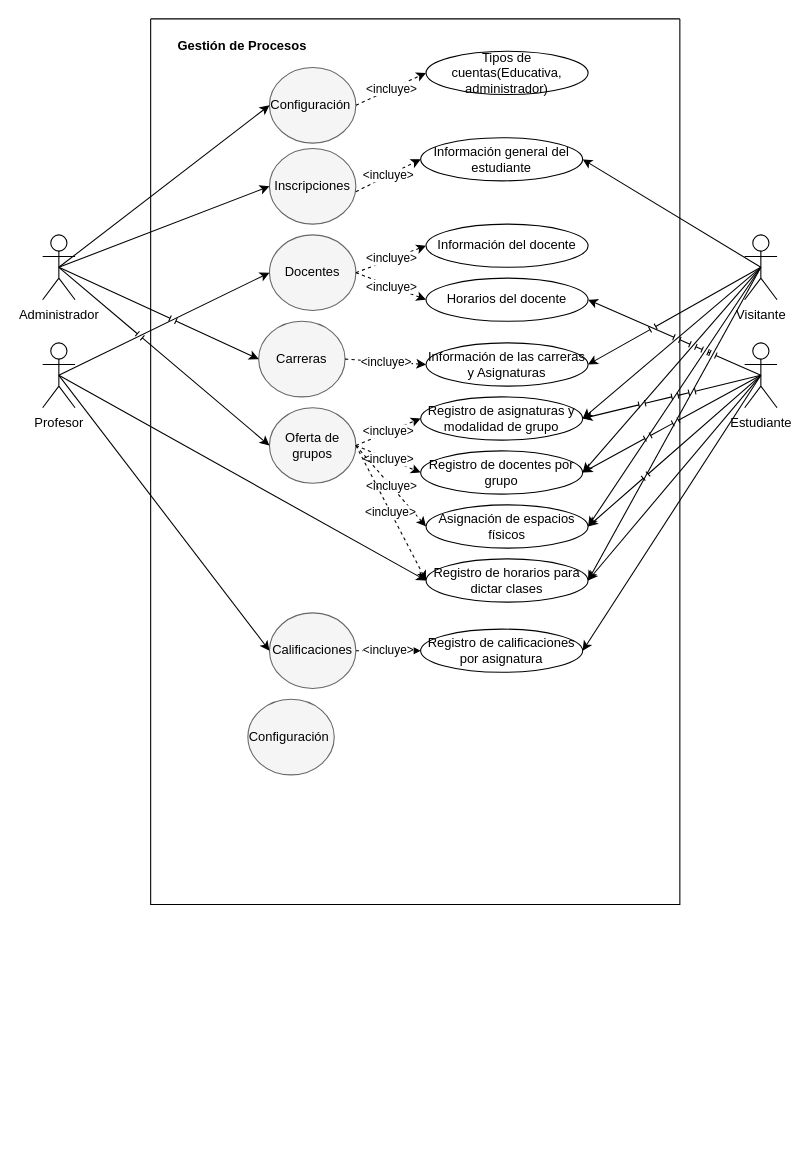
Before: Diagrama sin título.drawio in ElJoesPro/consulta_json, a draw.io diagram. Source tidied: cells renumbered, new cells numbered last; positions are measured from the earlier drawing's top-left corner, leaving out a move shared by most shapes. Both pictures are drawn from the tidied source at 108%, with x=0, y=0 at pixel (42, 18).
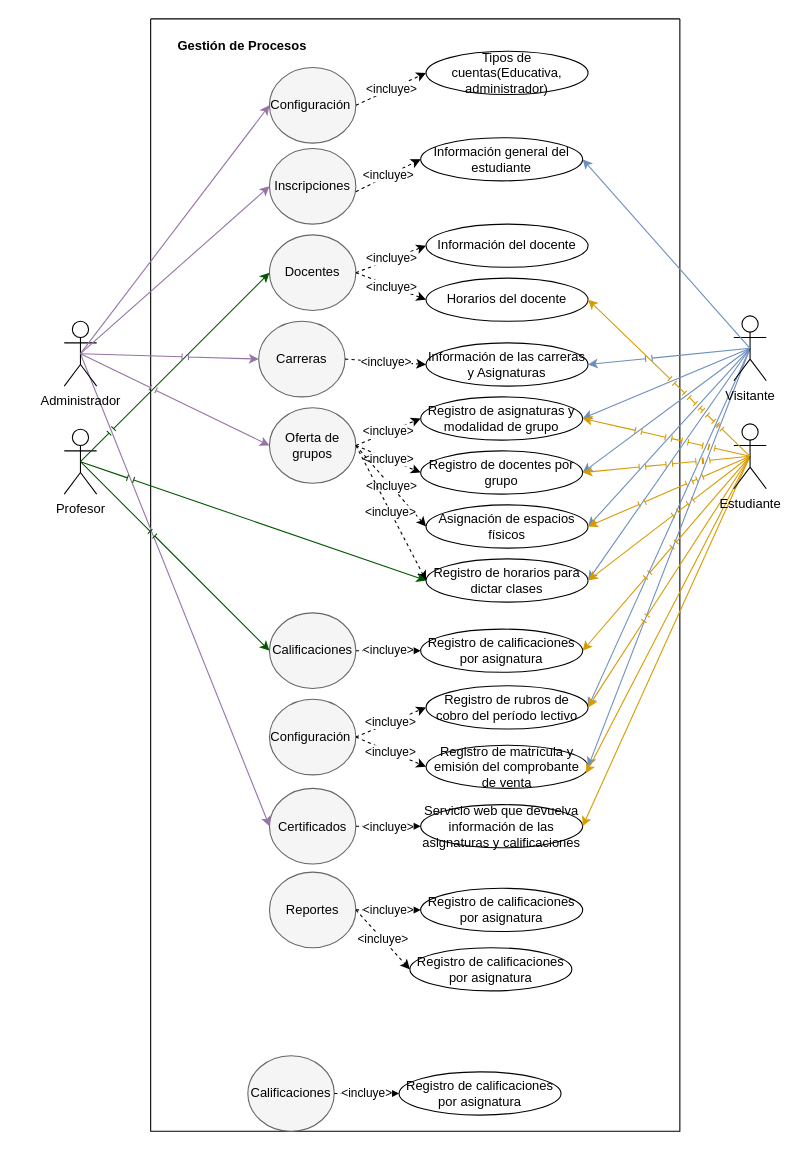
Above is the later version.

Unchanged cells that the change refers to:
```xml
<mxCell id="3" style="ellipse;whiteSpace=wrap;html=1;fillColor=#f5f5f5;fontColor=#333333;strokeColor=#666666;" parent="2" vertex="1">
  <mxGeometry x="110" y="45" width="80" height="70" as="geometry" />
</mxCell>
<mxCell id="7" style="ellipse;whiteSpace=wrap;html=1;fillColor=#f5f5f5;fontColor=#333333;strokeColor=#666666;" parent="2" vertex="1">
  <mxGeometry x="110" y="120" width="80" height="70" as="geometry" />
</mxCell>
<mxCell id="9" style="ellipse;whiteSpace=wrap;html=1;fillColor=#f5f5f5;fontColor=#333333;strokeColor=#666666;" parent="2" vertex="1">
  <mxGeometry x="100" y="280" width="80" height="70" as="geometry" />
</mxCell>
<mxCell id="11" style="ellipse;whiteSpace=wrap;html=1;fillColor=#f5f5f5;fontColor=#333333;strokeColor=#666666;" parent="2" vertex="1">
  <mxGeometry x="110" y="200" width="80" height="70" as="geometry" />
</mxCell>
<mxCell id="13" value="Información general del estudiante" style="ellipse;whiteSpace=wrap;html=1;" parent="2" vertex="1">
  <mxGeometry x="250" y="110" width="150" height="40" as="geometry" />
</mxCell>
<mxCell id="17" value="Horarios del docente" style="ellipse;whiteSpace=wrap;html=1;" parent="2" vertex="1">
  <mxGeometry x="255" y="240" width="150" height="40" as="geometry" />
</mxCell>
<mxCell id="19" value="Información de las carreras&lt;br&gt;y Asignaturas" style="ellipse;whiteSpace=wrap;html=1;" parent="2" vertex="1">
  <mxGeometry x="255" y="300" width="150" height="40" as="geometry" />
</mxCell>
<mxCell id="21" style="ellipse;whiteSpace=wrap;html=1;fillColor=#f5f5f5;fontColor=#333333;strokeColor=#666666;" parent="2" vertex="1">
  <mxGeometry x="110" y="360" width="80" height="70" as="geometry" />
</mxCell>
<mxCell id="23" value="Registro de asignaturas y modalidad de grupo" style="ellipse;whiteSpace=wrap;html=1;" parent="2" vertex="1">
  <mxGeometry x="250" y="350" width="150" height="40" as="geometry" />
</mxCell>
<mxCell id="25" value="Registro de docentes por grupo" style="ellipse;whiteSpace=wrap;html=1;" parent="2" vertex="1">
  <mxGeometry x="250" y="400" width="150" height="40" as="geometry" />
</mxCell>
<mxCell id="27" value="Asignación de espacios físicos" style="ellipse;whiteSpace=wrap;html=1;" parent="2" vertex="1">
  <mxGeometry x="255" y="450" width="150" height="40" as="geometry" />
</mxCell>
<mxCell id="29" value="Registro de horarios para dictar clases" style="ellipse;whiteSpace=wrap;html=1;" parent="2" vertex="1">
  <mxGeometry x="255" y="500" width="150" height="40" as="geometry" />
</mxCell>
<mxCell id="34" style="ellipse;whiteSpace=wrap;html=1;fillColor=#f5f5f5;fontColor=#333333;strokeColor=#666666;" parent="2" vertex="1">
  <mxGeometry x="110" y="550" width="80" height="70" as="geometry" />
</mxCell>
<mxCell id="36" value="Registro de calificaciones por asignatura" style="ellipse;whiteSpace=wrap;html=1;" parent="2" vertex="1">
  <mxGeometry x="250" y="565" width="150" height="40" as="geometry" />
</mxCell>
```

Change to the diagram source:
```diff
@@
     <mxCell id="2" style="swimlane;startSize=0;" parent="1" vertex="1">
-      <mxGeometry x="100" width="490" height="820" as="geometry" />
+      <mxGeometry x="100" width="490" height="1030" as="geometry" />
     </mxCell>
@@
     <mxCell id="32" style="ellipse;whiteSpace=wrap;html=1;fillColor=#f5f5f5;fontColor=#333333;strokeColor=#666666;" parent="2" vertex="1">
-      <mxGeometry x="90" y="630" width="80" height="70" as="geometry" />
+      <mxGeometry x="110" y="630" width="80" height="70" as="geometry" />
     </mxCell>
     <mxCell id="33" value="Configuración&amp;nbsp;" style="text;html=1;strokeColor=none;fillColor=none;align=center;verticalAlign=middle;whiteSpace=wrap;rounded=0;" parent="2" vertex="1">
-      <mxGeometry x="100" y="650" width="60" height="30" as="geometry" />
+      <mxGeometry x="120" y="650" width="60" height="30" as="geometry" />
     </mxCell>
@@
+    <mxCell id="61" value="Registro de rubros de cobro del período lectivo" style="ellipse;whiteSpace=wrap;html=1;" parent="2" vertex="1">
+      <mxGeometry x="255" y="617.5" width="150" height="40" as="geometry" />
+    </mxCell>
+    <mxCell id="62" value="&amp;lt;incluye&amp;gt;" style="endArrow=classic;html=1;rounded=0;jumpStyle=line;horizontal=1;dashed=1;exitX=1;exitY=0.5;exitDx=0;exitDy=0;entryX=0;entryY=0.5;entryDx=0;entryDy=0;" parent="2" edge="1" source="32" target="61">
+      <mxGeometry relative="1" as="geometry" />
+    </mxCell>
+    <mxCell id="63" value="Registro de matrícula y emisión del comprobante de venta" style="ellipse;whiteSpace=wrap;html=1;" parent="2" vertex="1">
+      <mxGeometry x="255" y="672.5" width="150" height="40" as="geometry" />
+    </mxCell>
+    <mxCell id="64" value="&amp;lt;incluye&amp;gt;" style="endArrow=classic;html=1;rounded=0;jumpStyle=line;horizontal=1;dashed=1;exitX=1;exitY=0.5;exitDx=0;exitDy=0;entryX=0;entryY=0.5;entryDx=0;entryDy=0;" parent="2" edge="1" source="32" target="63">
+      <mxGeometry relative="1" as="geometry" />
+    </mxCell>
+    <mxCell id="65" style="ellipse;whiteSpace=wrap;html=1;fillColor=#f5f5f5;fontColor=#333333;strokeColor=#666666;" parent="2" vertex="1">
+      <mxGeometry x="110" y="712.5" width="80" height="70" as="geometry" />
+    </mxCell>
+    <mxCell id="66" value="Certificados" style="text;html=1;strokeColor=none;fillColor=none;align=center;verticalAlign=middle;whiteSpace=wrap;rounded=0;" parent="2" vertex="1">
+      <mxGeometry x="120" y="732.5" width="60" height="30" as="geometry" />
+    </mxCell>
+    <mxCell id="67" value="Servicio web que devuelva información de las asignaturas y calificaciones" style="ellipse;whiteSpace=wrap;html=1;" parent="2" vertex="1">
+      <mxGeometry x="250" y="727.5" width="150" height="40" as="geometry" />
+    </mxCell>
+    <mxCell id="68" value="&amp;lt;incluye&amp;gt;" style="endArrow=classic;html=1;rounded=0;jumpStyle=line;horizontal=1;dashed=1;exitX=1;exitY=0.5;exitDx=0;exitDy=0;entryX=0;entryY=0.5;entryDx=0;entryDy=0;" parent="2" edge="1" source="65" target="67">
+      <mxGeometry relative="1" as="geometry" />
+    </mxCell>
+    <mxCell id="69" style="ellipse;whiteSpace=wrap;html=1;fillColor=#f5f5f5;fontColor=#333333;strokeColor=#666666;" parent="2" vertex="1">
+      <mxGeometry x="110" y="790" width="80" height="70" as="geometry" />
+    </mxCell>
+    <mxCell id="70" value="Reportes" style="text;html=1;strokeColor=none;fillColor=none;align=center;verticalAlign=middle;whiteSpace=wrap;rounded=0;" parent="2" vertex="1">
+      <mxGeometry x="120" y="810" width="60" height="30" as="geometry" />
+    </mxCell>
+    <mxCell id="71" value="Registro de calificaciones por asignatura" style="ellipse;whiteSpace=wrap;html=1;" parent="2" vertex="1">
+      <mxGeometry x="250" y="805" width="150" height="40" as="geometry" />
+    </mxCell>
+    <mxCell id="72" value="&amp;lt;incluye&amp;gt;" style="endArrow=classic;html=1;rounded=0;jumpStyle=line;horizontal=1;dashed=1;exitX=1;exitY=0.5;exitDx=0;exitDy=0;entryX=0;entryY=0.5;entryDx=0;entryDy=0;" parent="2" edge="1" source="69" target="71">
+      <mxGeometry relative="1" as="geometry" />
+    </mxCell>
+    <mxCell id="73" style="ellipse;whiteSpace=wrap;html=1;fillColor=#f5f5f5;fontColor=#333333;strokeColor=#666666;" parent="2" vertex="1">
+      <mxGeometry x="90" y="960" width="80" height="70" as="geometry" />
+    </mxCell>
+    <mxCell id="74" value="Calificaciones" style="text;html=1;strokeColor=none;fillColor=none;align=center;verticalAlign=middle;whiteSpace=wrap;rounded=0;" parent="2" vertex="1">
+      <mxGeometry x="100" y="980" width="60" height="30" as="geometry" />
+    </mxCell>
+    <mxCell id="75" value="Registro de calificaciones por asignatura" style="ellipse;whiteSpace=wrap;html=1;" parent="2" vertex="1">
+      <mxGeometry x="230" y="975" width="150" height="40" as="geometry" />
+    </mxCell>
+    <mxCell id="76" value="&amp;lt;incluye&amp;gt;" style="endArrow=classic;html=1;rounded=0;jumpStyle=line;horizontal=1;dashed=1;exitX=1;exitY=0.5;exitDx=0;exitDy=0;entryX=0;entryY=0.5;entryDx=0;entryDy=0;" parent="2" edge="1" source="73" target="75">
+      <mxGeometry relative="1" as="geometry" />
+    </mxCell>
+    <mxCell id="77" value="Registro de calificaciones por asignatura" style="ellipse;whiteSpace=wrap;html=1;" parent="2" vertex="1">
+      <mxGeometry x="240" y="860" width="150" height="40" as="geometry" />
+    </mxCell>
+    <mxCell id="78" value="&amp;lt;incluye&amp;gt;" style="endArrow=classic;html=1;rounded=0;jumpStyle=line;horizontal=1;dashed=1;exitX=1;exitY=0.5;exitDx=0;exitDy=0;entryX=0;entryY=0.5;entryDx=0;entryDy=0;" parent="2" edge="1" source="69" target="77">
+      <mxGeometry relative="1" as="geometry" />
+    </mxCell>
+    <mxCell id="79" style="edgeStyle=none;rounded=0;jumpStyle=line;jettySize=auto;html=1;exitX=0.5;exitY=0.5;exitDx=0;exitDy=0;exitPerimeter=0;entryX=0;entryY=0.5;entryDx=0;entryDy=0;fillColor=#e1d5e7;strokeColor=#9673a6;" parent="1" edge="1" source="38" target="65">
+      <mxGeometry relative="1" as="geometry" />
+    </mxCell>
     <mxCell id="38" value="Administrador" style="shape=umlActor;verticalLabelPosition=bottom;verticalAlign=top;html=1;outlineConnect=0;" parent="1" vertex="1">
-      <mxGeometry y="200" width="30" height="60" as="geometry" />
+      <mxGeometry x="20" y="280" width="30" height="60" as="geometry" />
     </mxCell>
-    <mxCell id="39" style="edgeStyle=none;rounded=0;jumpStyle=line;jettySize=auto;html=1;exitX=0.5;exitY=0.5;exitDx=0;exitDy=0;exitPerimeter=0;entryX=0;entryY=0.5;entryDx=0;entryDy=0;" parent="1" edge="1" source="41" target="29">
+    <mxCell id="39" style="edgeStyle=none;rounded=0;jumpStyle=line;jettySize=auto;html=1;exitX=0.5;exitY=0.5;exitDx=0;exitDy=0;exitPerimeter=0;entryX=0;entryY=0.5;entryDx=0;entryDy=0;fillColor=#008a00;strokeColor=#005700;" parent="1" edge="1" source="41" target="29">
       <mxGeometry relative="1" as="geometry" />
     </mxCell>
-    <mxCell id="40" style="edgeStyle=none;rounded=0;jumpStyle=line;jettySize=auto;html=1;exitX=0.5;exitY=0.5;exitDx=0;exitDy=0;exitPerimeter=0;entryX=0;entryY=0.5;entryDx=0;entryDy=0;" parent="1" edge="1" source="41" target="34">
+    <mxCell id="40" style="edgeStyle=none;rounded=0;jumpStyle=line;jettySize=auto;html=1;exitX=0.5;exitY=0.5;exitDx=0;exitDy=0;exitPerimeter=0;entryX=0;entryY=0.5;entryDx=0;entryDy=0;fillColor=#008a00;strokeColor=#005700;" parent="1" edge="1" source="41" target="34">
       <mxGeometry relative="1" as="geometry" />
     </mxCell>
     <mxCell id="41" value="Profesor" style="shape=umlActor;verticalLabelPosition=bottom;verticalAlign=top;html=1;outlineConnect=0;" parent="1" vertex="1">
-      <mxGeometry y="300" width="30" height="60" as="geometry" />
+      <mxGeometry x="20" y="380" width="30" height="60" as="geometry" />
     </mxCell>
-    <mxCell id="42" style="edgeStyle=none;rounded=0;jumpStyle=line;jettySize=auto;html=1;exitX=0.5;exitY=0.5;exitDx=0;exitDy=0;exitPerimeter=0;entryX=1;entryY=0.5;entryDx=0;entryDy=0;" parent="1" edge="1" source="46" target="23">
+    <mxCell id="42" style="edgeStyle=none;rounded=0;jumpStyle=line;jettySize=auto;html=1;exitX=0.5;exitY=0.5;exitDx=0;exitDy=0;exitPerimeter=0;entryX=1;entryY=0.5;entryDx=0;entryDy=0;fillColor=#dae8fc;strokeColor=#6c8ebf;" parent="1" edge="1" source="46" target="23">
       <mxGeometry relative="1" as="geometry" />
     </mxCell>
-    <mxCell id="43" style="edgeStyle=none;rounded=0;jumpStyle=line;jettySize=auto;html=1;exitX=0.5;exitY=0.5;exitDx=0;exitDy=0;exitPerimeter=0;entryX=1;entryY=0.5;entryDx=0;entryDy=0;" parent="1" edge="1" source="46" target="25">
+    <mxCell id="43" style="edgeStyle=none;rounded=0;jumpStyle=line;jettySize=auto;html=1;exitX=0.5;exitY=0.5;exitDx=0;exitDy=0;exitPerimeter=0;entryX=1;entryY=0.5;entryDx=0;entryDy=0;fillColor=#dae8fc;strokeColor=#6c8ebf;" parent="1" edge="1" source="46" target="25">
       <mxGeometry relative="1" as="geometry" />
     </mxCell>
-    <mxCell id="44" style="edgeStyle=none;rounded=0;jumpStyle=line;jettySize=auto;html=1;exitX=0.5;exitY=0.5;exitDx=0;exitDy=0;exitPerimeter=0;entryX=1;entryY=0.5;entryDx=0;entryDy=0;" parent="1" edge="1" source="46" target="27">
+    <mxCell id="44" style="edgeStyle=none;rounded=0;jumpStyle=line;jettySize=auto;html=1;exitX=0.5;exitY=0.5;exitDx=0;exitDy=0;exitPerimeter=0;entryX=1;entryY=0.5;entryDx=0;entryDy=0;fillColor=#dae8fc;strokeColor=#6c8ebf;" parent="1" edge="1" source="46" target="27">
       <mxGeometry relative="1" as="geometry" />
     </mxCell>
-    <mxCell id="45" style="edgeStyle=none;rounded=0;jumpStyle=line;jettySize=auto;html=1;exitX=0.5;exitY=0.5;exitDx=0;exitDy=0;exitPerimeter=0;entryX=1;entryY=0.5;entryDx=0;entryDy=0;" parent="1" edge="1" source="46" target="29">
+    <mxCell id="45" style="edgeStyle=none;rounded=0;jumpStyle=line;jettySize=auto;html=1;exitX=0.5;exitY=0.5;exitDx=0;exitDy=0;exitPerimeter=0;entryX=1;entryY=0.5;entryDx=0;entryDy=0;fillColor=#dae8fc;strokeColor=#6c8ebf;" parent="1" edge="1" source="46" target="29">
       <mxGeometry relative="1" as="geometry" />
     </mxCell>
+    <mxCell id="80" style="edgeStyle=none;rounded=0;jumpStyle=line;jettySize=auto;html=1;exitX=0.5;exitY=0.5;exitDx=0;exitDy=0;exitPerimeter=0;entryX=1;entryY=0.5;entryDx=0;entryDy=0;fillColor=#dae8fc;strokeColor=#6c8ebf;" parent="1" edge="1" source="46" target="61">
+      <mxGeometry relative="1" as="geometry" />
+    </mxCell>
+    <mxCell id="81" style="edgeStyle=none;rounded=0;jumpStyle=line;jettySize=auto;html=1;exitX=0.5;exitY=0.5;exitDx=0;exitDy=0;exitPerimeter=0;entryX=1;entryY=0.5;entryDx=0;entryDy=0;fillColor=#dae8fc;strokeColor=#6c8ebf;" parent="1" edge="1" source="46" target="63">
+      <mxGeometry relative="1" as="geometry" />
+    </mxCell>
     <mxCell id="46" value="Visitante" style="shape=umlActor;verticalLabelPosition=bottom;verticalAlign=top;html=1;outlineConnect=0;" parent="1" vertex="1">
-      <mxGeometry x="650" y="200" width="30" height="60" as="geometry" />
+      <mxGeometry x="640" y="275" width="30" height="60" as="geometry" />
     </mxCell>
-    <mxCell id="47" style="rounded=0;jumpStyle=line;jettySize=auto;html=1;exitX=0.5;exitY=0.5;exitDx=0;exitDy=0;exitPerimeter=0;entryX=1;entryY=0.5;entryDx=0;entryDy=0;" parent="1" edge="1" source="52" target="23">
+    <mxCell id="47" style="rounded=0;jumpStyle=line;jettySize=auto;html=1;exitX=0.5;exitY=0.5;exitDx=0;exitDy=0;exitPerimeter=0;entryX=1;entryY=0.5;entryDx=0;entryDy=0;fillColor=#ffe6cc;strokeColor=#d79b00;" parent="1" edge="1" source="52" target="23">
       <mxGeometry relative="1" as="geometry" />
     </mxCell>
-    <mxCell id="48" style="edgeStyle=none;rounded=0;jumpStyle=line;jettySize=auto;html=1;exitX=0.5;exitY=0.5;exitDx=0;exitDy=0;exitPerimeter=0;entryX=1;entryY=0.5;entryDx=0;entryDy=0;" parent="1" edge="1" source="52" target="25">
+    <mxCell id="48" style="edgeStyle=none;rounded=0;jumpStyle=line;jettySize=auto;html=1;exitX=0.5;exitY=0.5;exitDx=0;exitDy=0;exitPerimeter=0;entryX=1;entryY=0.5;entryDx=0;entryDy=0;fillColor=#ffe6cc;strokeColor=#d79b00;" parent="1" edge="1" source="52" target="25">
       <mxGeometry relative="1" as="geometry" />
     </mxCell>
-    <mxCell id="49" style="edgeStyle=none;rounded=0;jumpStyle=line;jettySize=auto;html=1;exitX=0.5;exitY=0.5;exitDx=0;exitDy=0;exitPerimeter=0;entryX=1;entryY=0.5;entryDx=0;entryDy=0;" parent="1" edge="1" source="52" target="27">
+    <mxCell id="49" style="edgeStyle=none;rounded=0;jumpStyle=line;jettySize=auto;html=1;exitX=0.5;exitY=0.5;exitDx=0;exitDy=0;exitPerimeter=0;entryX=1;entryY=0.5;entryDx=0;entryDy=0;fillColor=#ffe6cc;strokeColor=#d79b00;" parent="1" edge="1" source="52" target="27">
       <mxGeometry relative="1" as="geometry" />
     </mxCell>
-    <mxCell id="50" style="edgeStyle=none;rounded=0;jumpStyle=line;jettySize=auto;html=1;exitX=0.5;exitY=0.5;exitDx=0;exitDy=0;exitPerimeter=0;entryX=1;entryY=0.5;entryDx=0;entryDy=0;" parent="1" edge="1" source="52" target="29">
+    <mxCell id="50" style="edgeStyle=none;rounded=0;jumpStyle=line;jettySize=auto;html=1;exitX=0.5;exitY=0.5;exitDx=0;exitDy=0;exitPerimeter=0;entryX=1;entryY=0.5;entryDx=0;entryDy=0;fillColor=#ffe6cc;strokeColor=#d79b00;" parent="1" edge="1" source="52" target="29">
       <mxGeometry relative="1" as="geometry" />
     </mxCell>
-    <mxCell id="51" style="edgeStyle=none;rounded=0;jumpStyle=line;jettySize=auto;html=1;exitX=0.5;exitY=0.5;exitDx=0;exitDy=0;exitPerimeter=0;entryX=1;entryY=0.5;entryDx=0;entryDy=0;" parent="1" edge="1" source="52" target="36">
+    <mxCell id="51" style="edgeStyle=none;rounded=0;jumpStyle=line;jettySize=auto;html=1;exitX=0.5;exitY=0.5;exitDx=0;exitDy=0;exitPerimeter=0;entryX=1;entryY=0.5;entryDx=0;entryDy=0;fillColor=#ffe6cc;strokeColor=#d79b00;" parent="1" edge="1" source="52" target="36">
       <mxGeometry relative="1" as="geometry" />
     </mxCell>
+    <mxCell id="82" style="edgeStyle=none;rounded=0;jumpStyle=line;jettySize=auto;html=1;exitX=0.5;exitY=0.5;exitDx=0;exitDy=0;exitPerimeter=0;entryX=1;entryY=0.5;entryDx=0;entryDy=0;fillColor=#ffe6cc;strokeColor=#d79b00;" parent="1" edge="1" source="52" target="61">
+      <mxGeometry relative="1" as="geometry" />
+    </mxCell>
+    <mxCell id="83" style="edgeStyle=none;rounded=0;jumpStyle=line;jettySize=auto;html=1;exitX=0.5;exitY=0.5;exitDx=0;exitDy=0;exitPerimeter=0;entryX=0.988;entryY=0.651;entryDx=0;entryDy=0;entryPerimeter=0;fillColor=#ffe6cc;strokeColor=#d79b00;" parent="1" edge="1" source="52" target="63">
+      <mxGeometry relative="1" as="geometry" />
+    </mxCell>
+    <mxCell id="84" style="edgeStyle=none;rounded=0;jumpStyle=line;jettySize=auto;html=1;exitX=0.5;exitY=0.5;exitDx=0;exitDy=0;exitPerimeter=0;entryX=1;entryY=0.5;entryDx=0;entryDy=0;fillColor=#ffe6cc;strokeColor=#d79b00;" parent="1" edge="1" source="52" target="67">
+      <mxGeometry relative="1" as="geometry" />
+    </mxCell>
     <mxCell id="52" value="Estudiante" style="shape=umlActor;verticalLabelPosition=bottom;verticalAlign=top;html=1;outlineConnect=0;" parent="1" vertex="1">
-      <mxGeometry x="650" y="300" width="30" height="60" as="geometry" />
+      <mxGeometry x="640" y="375" width="30" height="60" as="geometry" />
     </mxCell>
-    <mxCell id="53" style="endArrow=classic;html=1;rounded=0;exitX=0.5;exitY=0.5;exitDx=0;exitDy=0;exitPerimeter=0;entryX=0;entryY=0.5;entryDx=0;entryDy=0;" parent="1" edge="1" source="38" target="3">
+    <mxCell id="53" style="endArrow=classic;html=1;rounded=0;exitX=0.5;exitY=0.5;exitDx=0;exitDy=0;exitPerimeter=0;entryX=0;entryY=0.5;entryDx=0;entryDy=0;fillColor=#e1d5e7;strokeColor=#9673a6;" parent="1" edge="1" source="38" target="3">
       <mxGeometry relative="1" as="geometry" />
     </mxCell>
-    <mxCell id="54" style="endArrow=classic;html=1;rounded=0;entryX=0;entryY=0.5;entryDx=0;entryDy=0;exitX=0.5;exitY=0.5;exitDx=0;exitDy=0;exitPerimeter=0;" parent="1" edge="1" source="38" target="7">
+    <mxCell id="54" style="endArrow=classic;html=1;rounded=0;entryX=0;entryY=0.5;entryDx=0;entryDy=0;exitX=0.5;exitY=0.5;exitDx=0;exitDy=0;exitPerimeter=0;fillColor=#e1d5e7;strokeColor=#9673a6;" parent="1" edge="1" source="38" target="7">
       <mxGeometry relative="1" as="geometry" />
     </mxCell>
-    <mxCell id="55" style="endArrow=classic;html=1;rounded=0;jumpStyle=line;entryX=1;entryY=0.5;entryDx=0;entryDy=0;exitX=0.5;exitY=0.5;exitDx=0;exitDy=0;exitPerimeter=0;" parent="1" edge="1" source="52" target="17">
+    <mxCell id="55" style="endArrow=classic;html=1;rounded=0;jumpStyle=line;entryX=1;entryY=0.5;entryDx=0;entryDy=0;exitX=0.5;exitY=0.5;exitDx=0;exitDy=0;exitPerimeter=0;fillColor=#ffe6cc;strokeColor=#d79b00;" parent="1" edge="1" source="52" target="17">
       <mxGeometry relative="1" as="geometry" />
     </mxCell>
-    <mxCell id="56" style="endArrow=classic;html=1;rounded=0;jumpStyle=line;exitX=0.5;exitY=0.5;exitDx=0;exitDy=0;exitPerimeter=0;entryX=0;entryY=0.5;entryDx=0;entryDy=0;" parent="1" edge="1" source="41" target="11">
+    <mxCell id="56" style="endArrow=classic;html=1;rounded=0;jumpStyle=line;exitX=0.5;exitY=0.5;exitDx=0;exitDy=0;exitPerimeter=0;entryX=0;entryY=0.5;entryDx=0;entryDy=0;fillColor=#008a00;strokeColor=#005700;" parent="1" edge="1" source="41" target="11">
       <mxGeometry relative="1" as="geometry" />
     </mxCell>
-    <mxCell id="57" style="endArrow=classic;html=1;rounded=0;jumpStyle=line;entryX=1;entryY=0.5;entryDx=0;entryDy=0;exitX=0.5;exitY=0.5;exitDx=0;exitDy=0;exitPerimeter=0;" parent="1" edge="1" source="46" target="13">
+    <mxCell id="57" style="endArrow=classic;html=1;rounded=0;jumpStyle=line;entryX=1;entryY=0.5;entryDx=0;entryDy=0;exitX=0.5;exitY=0.5;exitDx=0;exitDy=0;exitPerimeter=0;fillColor=#dae8fc;strokeColor=#6c8ebf;" parent="1" edge="1" source="46" target="13">
       <mxGeometry relative="1" as="geometry" />
     </mxCell>
-    <mxCell id="58" style="endArrow=classic;html=1;rounded=0;jumpStyle=line;entryX=1;entryY=0.5;entryDx=0;entryDy=0;exitX=0.5;exitY=0.5;exitDx=0;exitDy=0;exitPerimeter=0;" parent="1" edge="1" source="46" target="19">
+    <mxCell id="58" style="endArrow=classic;html=1;rounded=0;jumpStyle=line;entryX=1;entryY=0.5;entryDx=0;entryDy=0;exitX=0.5;exitY=0.5;exitDx=0;exitDy=0;exitPerimeter=0;fillColor=#dae8fc;strokeColor=#6c8ebf;" parent="1" edge="1" source="46" target="19">
       <mxGeometry relative="1" as="geometry" />
     </mxCell>
-    <mxCell id="59" style="endArrow=classic;html=1;rounded=0;jumpStyle=line;exitX=0.5;exitY=0.5;exitDx=0;exitDy=0;exitPerimeter=0;entryX=0;entryY=0.5;entryDx=0;entryDy=0;" parent="1" edge="1" source="38" target="9">
+    <mxCell id="59" style="endArrow=classic;html=1;rounded=0;jumpStyle=line;exitX=0.5;exitY=0.5;exitDx=0;exitDy=0;exitPerimeter=0;entryX=0;entryY=0.5;entryDx=0;entryDy=0;fillColor=#e1d5e7;strokeColor=#9673a6;" parent="1" edge="1" source="38" target="9">
       <mxGeometry relative="1" as="geometry" />
     </mxCell>
-    <mxCell id="60" style="endArrow=classic;html=1;rounded=0;jumpStyle=line;exitX=0.5;exitY=0.5;exitDx=0;exitDy=0;exitPerimeter=0;entryX=0;entryY=0.5;entryDx=0;entryDy=0;" parent="1" edge="1" source="38" target="21">
+    <mxCell id="60" style="endArrow=classic;html=1;rounded=0;jumpStyle=line;exitX=0.5;exitY=0.5;exitDx=0;exitDy=0;exitPerimeter=0;entryX=0;entryY=0.5;entryDx=0;entryDy=0;fillColor=#e1d5e7;strokeColor=#9673a6;" parent="1" edge="1" source="38" target="21">
       <mxGeometry relative="1" as="geometry" />
     </mxCell>
```
